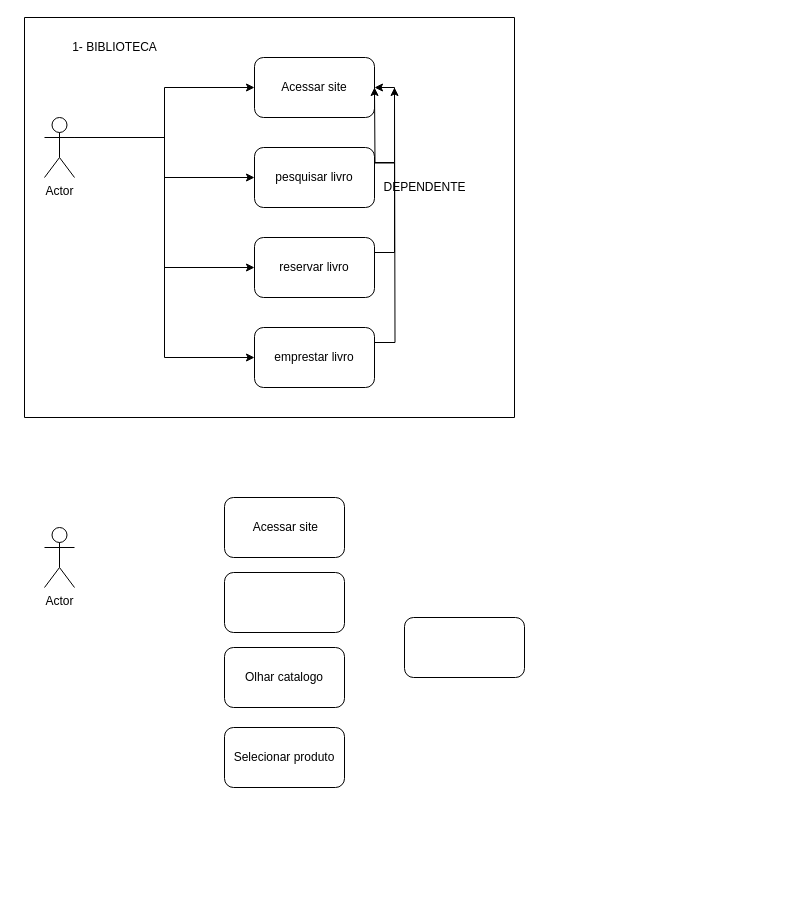
The draw.io diagram Diagrama sem nome.drawio in yanmd12/aulaGit, before the edit. Source tidied: cells renumbered, new cells numbered last; positions are measured from the earlier drawing's top-left corner, leaving out a move shared by most shapes. Both pictures are drawn from the tidied source at 100%, with x=0, y=0 at pixel (24, 17).
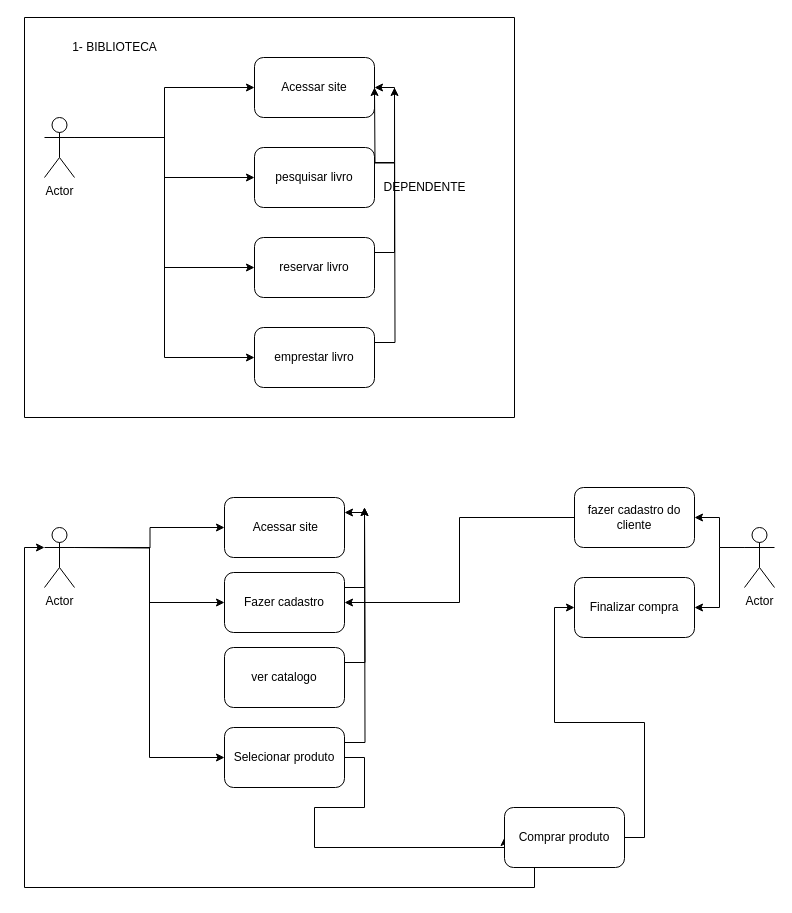
Above is the later version.

The change refers to these unchanged cells:
```xml
<mxCell id="17" value="Actor" style="shape=umlActor;verticalLabelPosition=bottom;verticalAlign=top;html=1;outlineConnect=0;" parent="1" vertex="1">
  <mxGeometry x="20" y="510" width="30" height="60" as="geometry" />
</mxCell>
<mxCell id="18" value="&lt;span style=&quot;white-space: pre;&quot;&gt; &lt;/span&gt;Acessar site" style="rounded=1;whiteSpace=wrap;html=1;" parent="1" vertex="1">
  <mxGeometry x="200" y="480" width="120" height="60" as="geometry" />
</mxCell>
<mxCell id="20" value="Selecionar produto" style="rounded=1;whiteSpace=wrap;html=1;" parent="1" vertex="1">
  <mxGeometry x="200" y="710" width="120" height="60" as="geometry" />
</mxCell>
```

What changed in the source:
```diff
@@
+    <mxCell id="23" style="edgeStyle=orthogonalEdgeStyle;rounded=0;jettySize=auto;html=1;" parent="1" edge="1" target="18">
+      <mxGeometry relative="1" as="geometry">
+        <mxPoint x="50" y="530" as="sourcePoint" />
+      </mxGeometry>
+    </mxCell>
+    <mxCell id="24" style="edgeStyle=orthogonalEdgeStyle;rounded=0;jettySize=auto;html=1;exitX=1;exitY=0.3333333333333333;exitDx=0;exitDy=0;exitPerimeter=0;entryX=0;entryY=0.5;entryDx=0;entryDy=0;" parent="1" edge="1" source="17" target="22">
+      <mxGeometry relative="1" as="geometry" />
+    </mxCell>
+    <mxCell id="25" style="edgeStyle=orthogonalEdgeStyle;rounded=0;jettySize=auto;html=1;exitX=1;exitY=0.3333333333333333;exitDx=0;exitDy=0;exitPerimeter=0;entryX=0;entryY=0.5;entryDx=0;entryDy=0;" parent="1" edge="1" source="17" target="20">
+      <mxGeometry relative="1" as="geometry" />
+    </mxCell>
@@
-    <mxCell id="19" value="Olhar catalogo" style="rounded=1;whiteSpace=wrap;html=1;" parent="1" vertex="1">
-      <mxGeometry x="200" y="630" width="120" height="60" as="geometry" />
-    </mxCell>
+    <mxCell id="26" style="edgeStyle=orthogonalEdgeStyle;rounded=0;jettySize=auto;html=1;exitX=1;exitY=0.5;exitDx=0;exitDy=0;entryX=0;entryY=0.5;entryDx=0;entryDy=0;" parent="1" edge="1" source="20" target="21">
+      <mxGeometry relative="1" as="geometry">
+        <Array as="points">
+          <mxPoint x="340" y="740" />
+          <mxPoint x="340" y="790" />
+          <mxPoint x="290" y="790" />
+          <mxPoint x="290" y="830" />
+        </Array>
+      </mxGeometry>
+    </mxCell>
+    <mxCell id="27" style="edgeStyle=orthogonalEdgeStyle;rounded=0;jettySize=auto;html=1;exitX=1;exitY=0.25;exitDx=0;exitDy=0;" parent="1" edge="1" source="20">
+      <mxGeometry relative="1" as="geometry">
+        <mxPoint x="340" y="490" as="targetPoint" />
+      </mxGeometry>
+    </mxCell>
@@
+    <mxCell id="28" style="edgeStyle=orthogonalEdgeStyle;rounded=0;jettySize=auto;html=1;exitX=1;exitY=0.5;exitDx=0;exitDy=0;entryX=0;entryY=0.5;entryDx=0;entryDy=0;" parent="1" edge="1" source="21" target="34">
+      <mxGeometry relative="1" as="geometry" />
+    </mxCell>
+    <mxCell id="29" style="edgeStyle=orthogonalEdgeStyle;rounded=0;jettySize=auto;html=1;exitX=0.25;exitY=1;exitDx=0;exitDy=0;entryX=0;entryY=0.3333333333333333;entryDx=0;entryDy=0;entryPerimeter=0;" parent="1" edge="1" source="21" target="17">
+      <mxGeometry relative="1" as="geometry" />
+    </mxCell>
-    <mxCell id="21" style="rounded=1;whiteSpace=wrap;html=1;" parent="1" vertex="1">
-      <mxGeometry x="380" y="600" width="120" height="60" as="geometry" />
+    <mxCell id="21" value="Comprar produto" style="rounded=1;whiteSpace=wrap;html=1;" parent="1" vertex="1">
+      <mxGeometry x="480" y="790" width="120" height="60" as="geometry" />
     </mxCell>
+    <mxCell id="30" style="edgeStyle=orthogonalEdgeStyle;rounded=0;jettySize=auto;html=1;exitX=1;exitY=0.25;exitDx=0;exitDy=0;entryX=1;entryY=0.25;entryDx=0;entryDy=0;" parent="1" edge="1" source="22" target="18">
+      <mxGeometry relative="1" as="geometry" />
+    </mxCell>
-    <mxCell id="22" style="rounded=1;whiteSpace=wrap;html=1;" parent="1" vertex="1">
+    <mxCell id="22" value="Fazer cadastro" style="rounded=1;whiteSpace=wrap;html=1;" parent="1" vertex="1">
       <mxGeometry x="200" y="555" width="120" height="60" as="geometry" />
     </mxCell>
+    <mxCell id="31" style="edgeStyle=orthogonalEdgeStyle;rounded=0;jettySize=auto;html=1;exitX=0;exitY=0.3333333333333333;exitDx=0;exitDy=0;exitPerimeter=0;entryX=1;entryY=0.5;entryDx=0;entryDy=0;" parent="1" edge="1" source="33" target="36">
+      <mxGeometry relative="1" as="geometry" />
+    </mxCell>
+    <mxCell id="32" style="edgeStyle=orthogonalEdgeStyle;rounded=0;jettySize=auto;html=1;exitX=0;exitY=0.3333333333333333;exitDx=0;exitDy=0;exitPerimeter=0;entryX=1;entryY=0.5;entryDx=0;entryDy=0;" parent="1" edge="1" source="33" target="34">
+      <mxGeometry relative="1" as="geometry" />
+    </mxCell>
+    <mxCell id="33" value="Actor" style="shape=umlActor;verticalLabelPosition=bottom;verticalAlign=top;html=1;outlineConnect=0;" parent="1" vertex="1">
+      <mxGeometry x="720" y="510" width="30" height="60" as="geometry" />
+    </mxCell>
+    <mxCell id="34" value="Finalizar compra" style="rounded=1;whiteSpace=wrap;html=1;" parent="1" vertex="1">
+      <mxGeometry x="550" y="560" width="120" height="60" as="geometry" />
+    </mxCell>
+    <mxCell id="35" style="edgeStyle=orthogonalEdgeStyle;rounded=0;jettySize=auto;html=1;exitX=0;exitY=0.5;exitDx=0;exitDy=0;entryX=1;entryY=0.5;entryDx=0;entryDy=0;" parent="1" edge="1" source="36" target="22">
+      <mxGeometry relative="1" as="geometry" />
+    </mxCell>
+    <mxCell id="36" value="fazer cadastro do cliente" style="rounded=1;whiteSpace=wrap;html=1;" parent="1" vertex="1">
+      <mxGeometry x="550" y="470" width="120" height="60" as="geometry" />
+    </mxCell>
+    <mxCell id="37" style="edgeStyle=orthogonalEdgeStyle;rounded=0;orthogonalLoop=1;jettySize=auto;html=1;exitX=0.5;exitY=1;exitDx=0;exitDy=0;" parent="1" edge="1">
+      <mxGeometry relative="1" as="geometry">
+        <mxPoint x="380" y="810" as="sourcePoint" />
+        <mxPoint x="380" y="810" as="targetPoint" />
+      </mxGeometry>
+    </mxCell>
+    <mxCell id="38" style="edgeStyle=orthogonalEdgeStyle;rounded=0;jettySize=auto;html=1;exitX=1;exitY=0.25;exitDx=0;exitDy=0;" parent="1" edge="1" source="39">
+      <mxGeometry relative="1" as="geometry">
+        <mxPoint x="340" y="490" as="targetPoint" />
+      </mxGeometry>
+    </mxCell>
+    <mxCell id="39" value="ver catalogo" style="rounded=1;whiteSpace=wrap;html=1;" parent="1" vertex="1">
+      <mxGeometry x="200" y="630" width="120" height="60" as="geometry" />
+    </mxCell>
```
